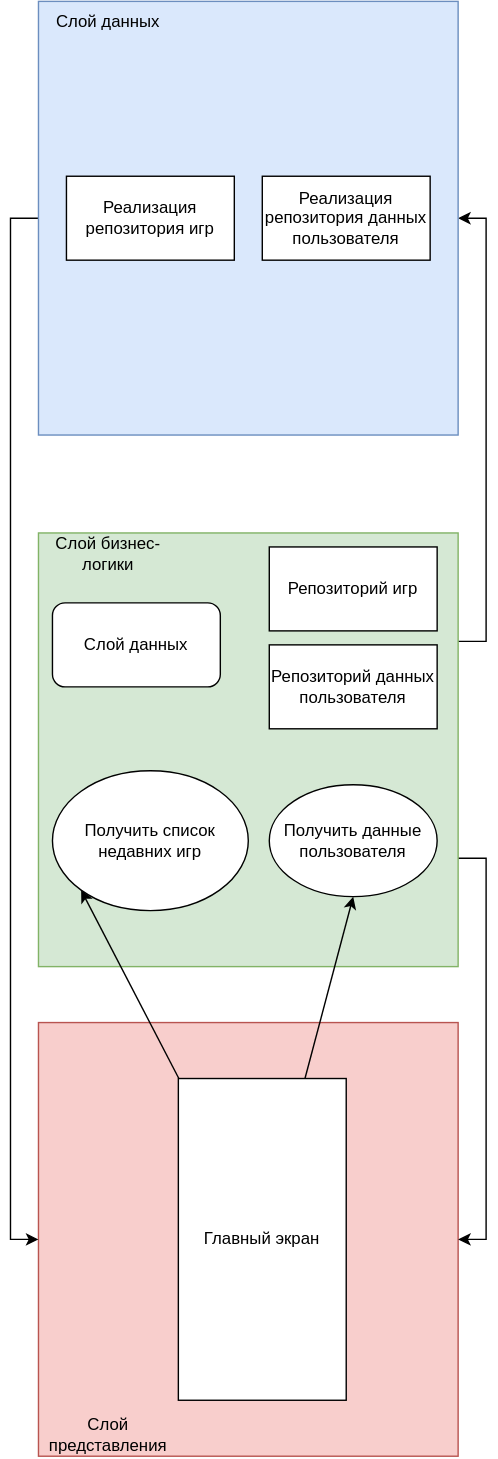
The draw.io diagram graphs/home.svg in AkvaLin/iES, before a commit. Source tidied: cells renumbered, new cells last; positions are measured from the earlier drawing's top-left corner, leaving out a move shared by most shapes. Its diagram source:
```xml
<mxGraphModel>
  <root>
    <mxCell id="0" />
    <mxCell id="1" parent="0" />
    <mxCell id="2" style="rounded=0;whiteSpace=wrap;html=1;fillColor=#f8cecc;strokeColor=#b85450;" parent="1" vertex="1">
      <mxGeometry y="730" width="300" height="310" as="geometry" />
    </mxCell>
    <mxCell id="3" style="edgeStyle=orthogonalEdgeStyle;rounded=0;jettySize=auto;html=1;exitX=1;exitY=0.25;exitDx=0;exitDy=0;entryX=1;entryY=0.5;entryDx=0;entryDy=0;" parent="1" edge="1" source="5" target="10">
      <mxGeometry relative="1" as="geometry" />
    </mxCell>
    <mxCell id="4" style="edgeStyle=orthogonalEdgeStyle;rounded=0;jettySize=auto;html=1;exitX=1;exitY=0.75;exitDx=0;exitDy=0;entryX=1;entryY=0.5;entryDx=0;entryDy=0;" parent="1" edge="1" source="5" target="2">
      <mxGeometry relative="1" as="geometry" />
    </mxCell>
    <mxCell id="5" style="rounded=0;whiteSpace=wrap;html=1;fillColor=#d5e8d4;strokeColor=#82b366;fillStyle=auto;" parent="1" vertex="1">
      <mxGeometry y="380" width="300" height="310" as="geometry" />
    </mxCell>
    <mxCell id="6" value="Слой представления" style="text;html=1;align=center;verticalAlign=middle;whiteSpace=wrap;rounded=0;" parent="1" vertex="1">
      <mxGeometry y="1010" width="100" height="30" as="geometry" />
    </mxCell>
    <mxCell id="7" value="Слой бизнес-логики" style="text;html=1;align=center;verticalAlign=middle;whiteSpace=wrap;rounded=0;" parent="1" vertex="1">
      <mxGeometry y="380" width="100" height="30" as="geometry" />
    </mxCell>
    <mxCell id="8" value="Слой данных" style="rounded=1;whiteSpace=wrap;html=1;" parent="1" vertex="1">
      <mxGeometry x="10" y="430" width="120" height="60" as="geometry" />
    </mxCell>
    <mxCell id="9" style="edgeStyle=orthogonalEdgeStyle;rounded=0;jettySize=auto;html=1;exitX=0;exitY=0.5;exitDx=0;exitDy=0;entryX=0;entryY=0.5;entryDx=0;entryDy=0;" parent="1" edge="1" source="10" target="2">
      <mxGeometry relative="1" as="geometry" />
    </mxCell>
    <mxCell id="10" style="rounded=0;whiteSpace=wrap;html=1;fillColor=#dae8fc;strokeColor=#6c8ebf;fillStyle=auto;" parent="1" vertex="1">
      <mxGeometry width="300" height="310" as="geometry" />
    </mxCell>
    <mxCell id="11" value="Слой данных" style="text;html=1;align=center;verticalAlign=middle;whiteSpace=wrap;rounded=0;" parent="1" vertex="1">
      <mxGeometry width="100" height="30" as="geometry" />
    </mxCell>
    <mxCell id="12" value="Репозиторий игр" style="rounded=0;whiteSpace=wrap;html=1;" parent="1" vertex="1">
      <mxGeometry x="165" y="390" width="120" height="60" as="geometry" />
    </mxCell>
    <mxCell id="13" value="Реализация репозитория игр" style="rounded=0;whiteSpace=wrap;html=1;" parent="1" vertex="1">
      <mxGeometry x="20" y="125" width="120" height="60" as="geometry" />
    </mxCell>
    <mxCell id="14" style="rounded=0;jettySize=auto;html=1;entryX=0;entryY=1;entryDx=0;entryDy=0;" parent="1" edge="1" source="16" target="17">
      <mxGeometry relative="1" as="geometry" />
    </mxCell>
    <mxCell id="15" style="rounded=0;jettySize=auto;html=1;entryX=0.5;entryY=1;entryDx=0;entryDy=0;" parent="1" edge="1" source="16" target="18">
      <mxGeometry relative="1" as="geometry" />
    </mxCell>
    <mxCell id="16" value="Главный экран" style="rounded=0;whiteSpace=wrap;html=1;" parent="1" vertex="1">
      <mxGeometry x="100" y="770" width="120" height="230" as="geometry" />
    </mxCell>
    <mxCell id="17" value="Получить список недавних игр" style="ellipse;whiteSpace=wrap;html=1;" parent="1" vertex="1">
      <mxGeometry x="10" y="550" width="140" height="100" as="geometry" />
    </mxCell>
    <mxCell id="18" value="Получить данные пользователя" style="ellipse;whiteSpace=wrap;html=1;" parent="1" vertex="1">
      <mxGeometry x="165" y="560" width="120" height="80" as="geometry" />
    </mxCell>
    <mxCell id="19" value="Репозиторий данных пользователя" style="rounded=0;whiteSpace=wrap;html=1;" parent="1" vertex="1">
      <mxGeometry x="165" y="460" width="120" height="60" as="geometry" />
    </mxCell>
    <mxCell id="20" value="Реализация репозитория данных пользователя" style="rounded=0;whiteSpace=wrap;html=1;" parent="1" vertex="1">
      <mxGeometry x="160" y="125" width="120" height="60" as="geometry" />
    </mxCell>
  </root>
</mxGraphModel>
```
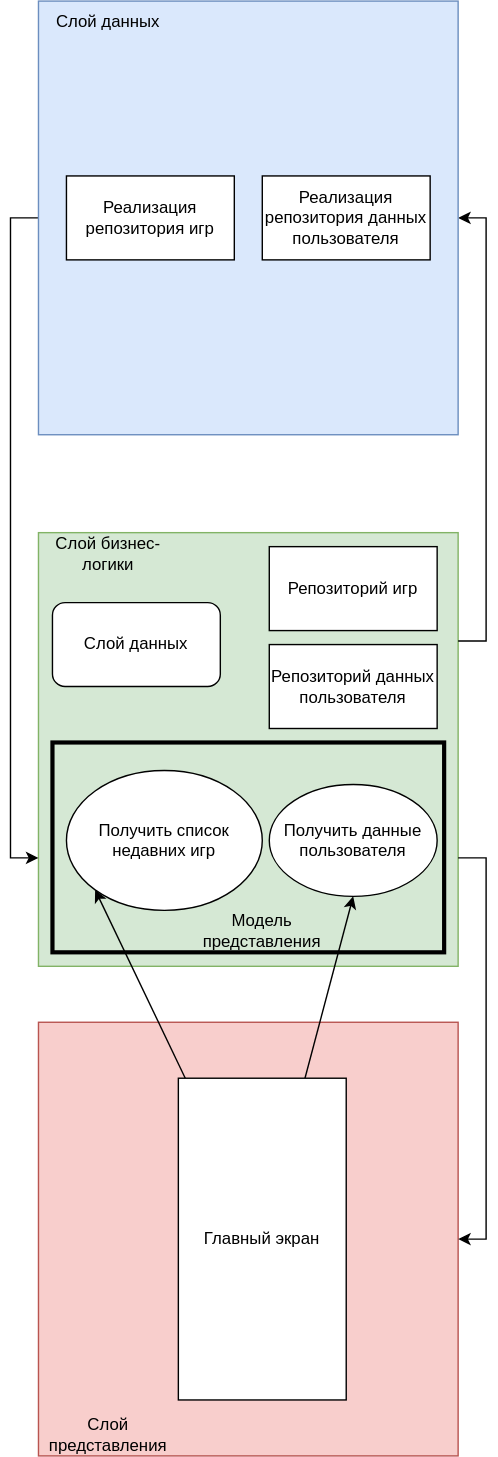
Above is the later version.

Change to the diagram source:
```diff
@@ -2,6 +2,12 @@
   <root>
     <mxCell id="0" />
     <mxCell id="1" parent="0" />
+    <mxCell id="5" style="rounded=0;whiteSpace=wrap;html=1;fillColor=#d5e8d4;strokeColor=#82b366;fillStyle=auto;" parent="1" vertex="1">
+      <mxGeometry y="380" width="300" height="310" as="geometry" />
+    </mxCell>
+    <mxCell id="21" style="rounded=0;whiteSpace=wrap;html=1;fillColor=none;strokeWidth=3;" parent="1" vertex="1">
+      <mxGeometry x="10" y="530" width="280" height="150" as="geometry" />
+    </mxCell>
     <mxCell id="2" style="rounded=0;whiteSpace=wrap;html=1;fillColor=#f8cecc;strokeColor=#b85450;" parent="1" vertex="1">
       <mxGeometry y="730" width="300" height="310" as="geometry" />
     </mxCell>
@@ -11,9 +17,6 @@
     <mxCell id="4" style="edgeStyle=orthogonalEdgeStyle;rounded=0;jettySize=auto;html=1;exitX=1;exitY=0.75;exitDx=0;exitDy=0;entryX=1;entryY=0.5;entryDx=0;entryDy=0;" parent="1" edge="1" source="5" target="2">
       <mxGeometry relative="1" as="geometry" />
     </mxCell>
-    <mxCell id="5" style="rounded=0;whiteSpace=wrap;html=1;fillColor=#d5e8d4;strokeColor=#82b366;fillStyle=auto;" parent="1" vertex="1">
-      <mxGeometry y="380" width="300" height="310" as="geometry" />
-    </mxCell>
     <mxCell id="6" value="Слой представления" style="text;html=1;align=center;verticalAlign=middle;whiteSpace=wrap;rounded=0;" parent="1" vertex="1">
       <mxGeometry y="1010" width="100" height="30" as="geometry" />
     </mxCell>
@@ -23,7 +26,7 @@
     <mxCell id="8" value="Слой данных" style="rounded=1;whiteSpace=wrap;html=1;" parent="1" vertex="1">
       <mxGeometry x="10" y="430" width="120" height="60" as="geometry" />
     </mxCell>
-    <mxCell id="9" style="edgeStyle=orthogonalEdgeStyle;rounded=0;jettySize=auto;html=1;exitX=0;exitY=0.5;exitDx=0;exitDy=0;entryX=0;entryY=0.5;entryDx=0;entryDy=0;" parent="1" edge="1" source="10" target="2">
+    <mxCell id="9" style="edgeStyle=orthogonalEdgeStyle;rounded=0;jettySize=auto;html=1;exitX=0;exitY=0.5;exitDx=0;exitDy=0;entryX=0;entryY=0.75;entryDx=0;entryDy=0;" parent="1" edge="1" source="10" target="5">
       <mxGeometry relative="1" as="geometry" />
     </mxCell>
     <mxCell id="10" style="rounded=0;whiteSpace=wrap;html=1;fillColor=#dae8fc;strokeColor=#6c8ebf;fillStyle=auto;" parent="1" vertex="1">
@@ -48,7 +51,7 @@
       <mxGeometry x="100" y="770" width="120" height="230" as="geometry" />
     </mxCell>
     <mxCell id="17" value="Получить список недавних игр" style="ellipse;whiteSpace=wrap;html=1;" parent="1" vertex="1">
-      <mxGeometry x="10" y="550" width="140" height="100" as="geometry" />
+      <mxGeometry x="20" y="550" width="140" height="100" as="geometry" />
     </mxCell>
     <mxCell id="18" value="Получить данные пользователя" style="ellipse;whiteSpace=wrap;html=1;" parent="1" vertex="1">
       <mxGeometry x="165" y="560" width="120" height="80" as="geometry" />
@@ -59,5 +62,8 @@
     <mxCell id="20" value="Реализация репозитория данных пользователя" style="rounded=0;whiteSpace=wrap;html=1;" parent="1" vertex="1">
       <mxGeometry x="160" y="125" width="120" height="60" as="geometry" />
     </mxCell>
+    <mxCell id="22" value="Модель представления" style="text;html=1;align=center;verticalAlign=middle;whiteSpace=wrap;rounded=0;" parent="1" vertex="1">
+      <mxGeometry x="110" y="650" width="100" height="30" as="geometry" />
+    </mxCell>
   </root>
 </mxGraphModel>
```
